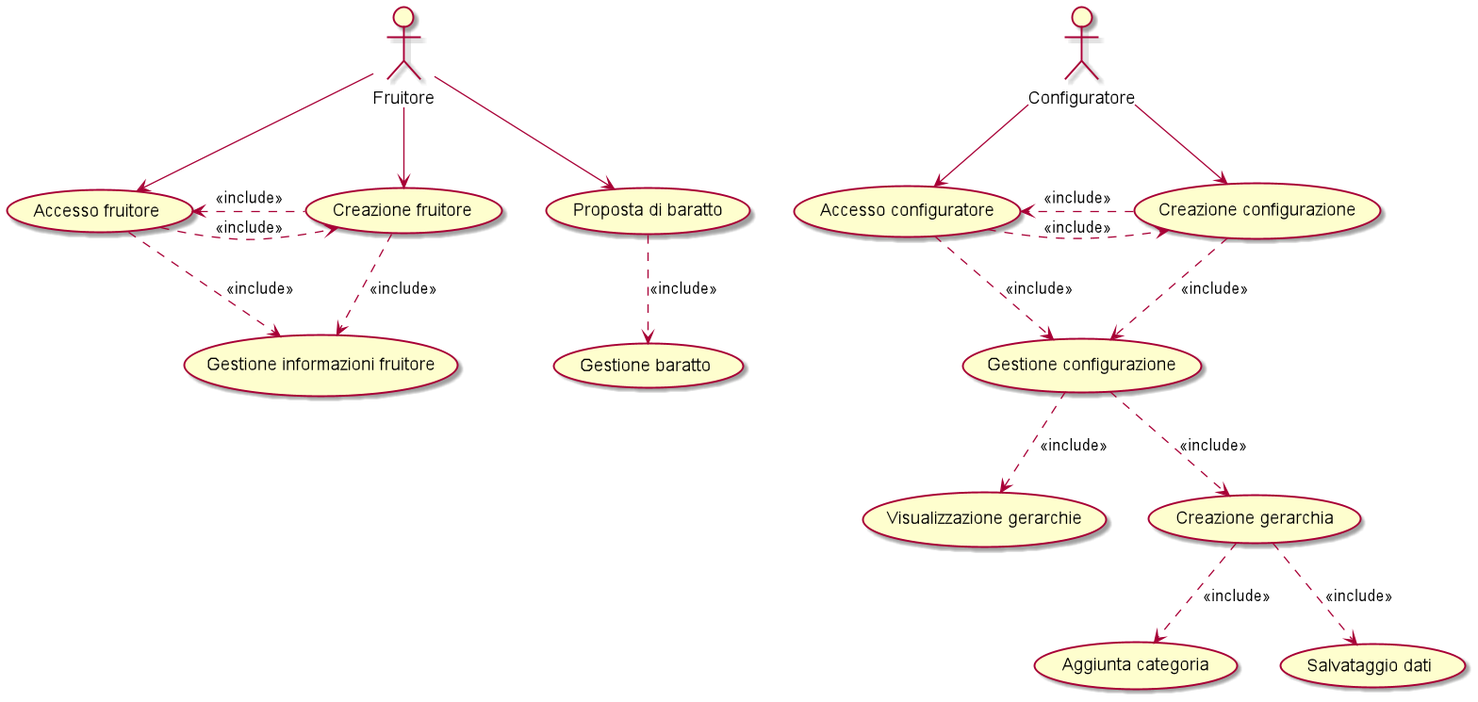
Earlier version of the PlantUML export doc/uml/version2/png/Use case diagram-Version2.0.png (eletoo/inge_del_software). Source of this version:
```plantuml
@startuml

:Fruitore: as Admin
(Accesso fruitore) as (Use1)
(Creazione fruitore) as (Use2)
(Gestione informazioni fruitore) as (Use3)
(Proposta di baratto) as (Use4)
(Gestione baratto) as (Use5)

Admin --> (Use1)
Admin --> (Use2)
(Use1) .right.> (Use2): <<include>>
(Use2) .left.> (Use1): <<include>>
(Use1) ..> (Use3): <<include>>
(Use2) ..> (Use3): <<include>>
Admin --> (Use4)
(Use4) .down.> (Use5): <<include>>


:Configuratore: as Admin2
(Accesso configuratore) as (UseC1)
(Creazione configurazione) as (UseC2)

Admin2 --> (UseC1)
Admin2 --> (UseC2)

(UseC1) .right.> (UseC2): <<include>>
(UseC2) .right.> (UseC1): <<include>>

(Gestione configurazione) as (UseC3)
(UseC1) ..> (UseC3): <<include>>
(UseC2) ..> (UseC3): <<include>>

(Visualizzazione gerarchie) as (UseC4)
(Creazione gerarchia) as (UseC5)
(Aggiunta categoria) as (UseC6)
(Salvataggio dati) as (UseC7)

(UseC3)..>(UseC4): <<include>>
(UseC3)..>(UseC5): <<include>>
(UseC5)..>(UseC6): <<include>>
(UseC5)..>(UseC7): <<include>>

@enduml
```
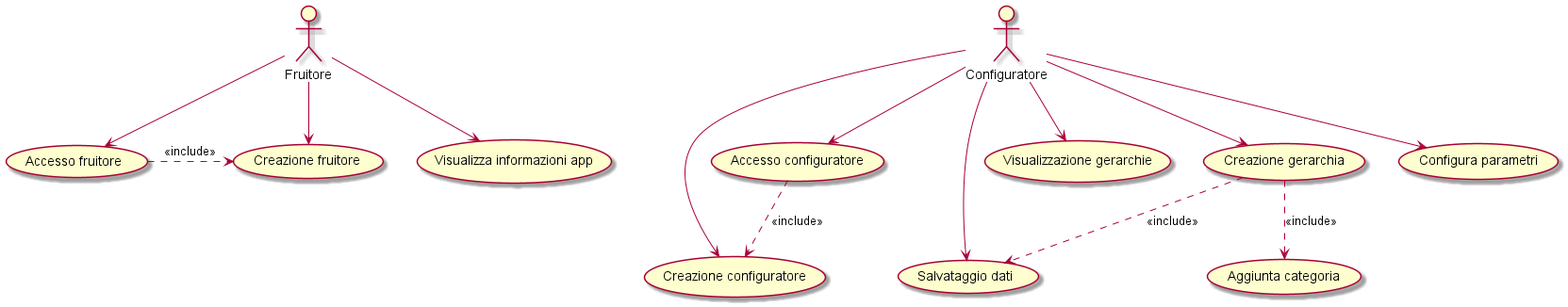
Later version of the same file.

Diff of the diagram source:
```diff
@@ -1,44 +1,35 @@
 @startuml
 
 :Fruitore: as Admin
-(Accesso fruitore) as (Use1)
-(Creazione fruitore) as (Use2)
-(Gestione informazioni fruitore) as (Use3)
-(Proposta di baratto) as (Use4)
-(Gestione baratto) as (Use5)
+(Accesso fruitore) as (UseF1)
+(Creazione fruitore) as (UseF2)
+(Visualizza informazioni app) as (UseF3)
 
-Admin --> (Use1)
-Admin --> (Use2)
-(Use1) .right.> (Use2): <<include>>
-(Use2) .left.> (Use1): <<include>>
-(Use1) ..> (Use3): <<include>>
-(Use2) ..> (Use3): <<include>>
-Admin --> (Use4)
-(Use4) .down.> (Use5): <<include>>
+Admin --> (UseF3)
+Admin --> (UseF1)
+Admin --> (UseF2)
+(UseF1) .right.> (UseF2): <<include>>
 
 
+(Accesso configuratore) as (Use1)
+(Creazione configuratore) as (Use2)
+(Salvataggio dati) as (Use3)
+(Visualizzazione gerarchie) as (Use4)
+(Creazione gerarchia) as (Use5)
+(Aggiunta categoria) as (Use6)
+(Configura parametri) as (Use7)
+
 :Configuratore: as Admin2
-(Accesso configuratore) as (UseC1)
-(Creazione configurazione) as (UseC2)
+Admin2 --> (Use4)
+Admin2 --> (Use5)
+Admin2 --> (Use3)
+Admin2 -right-> (Use2)
+Admin2 --> (Use1)
+Admin2 --> (Use7)
 
-Admin2 --> (UseC1)
-Admin2 --> (UseC2)
+(Use1) ..> (Use2): <<include>>
+(Use5) ..> (Use6): <<include>>
+(Use5) ..> (Use3): <<include>>
 
-(UseC1) .right.> (UseC2): <<include>>
-(UseC2) .right.> (UseC1): <<include>>
-
-(Gestione configurazione) as (UseC3)
-(UseC1) ..> (UseC3): <<include>>
-(UseC2) ..> (UseC3): <<include>>
-
-(Visualizzazione gerarchie) as (UseC4)
-(Creazione gerarchia) as (UseC5)
-(Aggiunta categoria) as (UseC6)
-(Salvataggio dati) as (UseC7)
-
-(UseC3)..>(UseC4): <<include>>
-(UseC3)..>(UseC5): <<include>>
-(UseC5)..>(UseC6): <<include>>
-(UseC5)..>(UseC7): <<include>>
 
 @enduml
```
